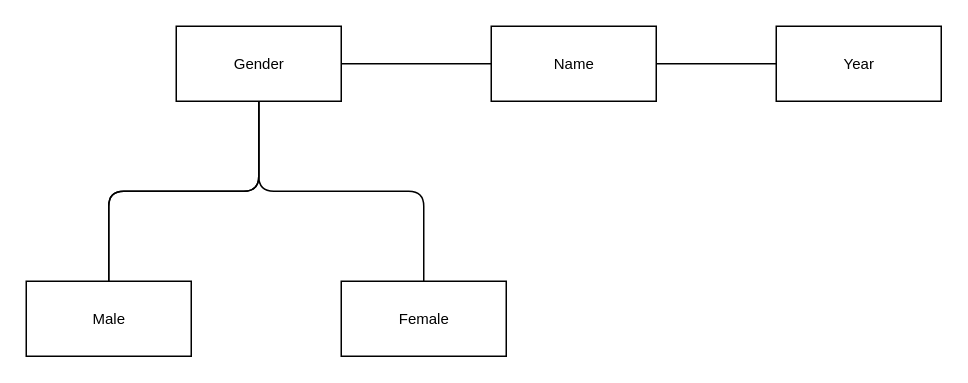
halcyon1968/hello-world keeps this draw.io diagram as Untitled Diagram.drawio. Above is the earlier version. Source tidied: cells renumbered, new cells numbered last; positions are measured from the earlier drawing's top-left corner, leaving out a move shared by most shapes. Both pictures are drawn from the tidied source at 150%, with x=0, y=0 at pixel (26, 26).
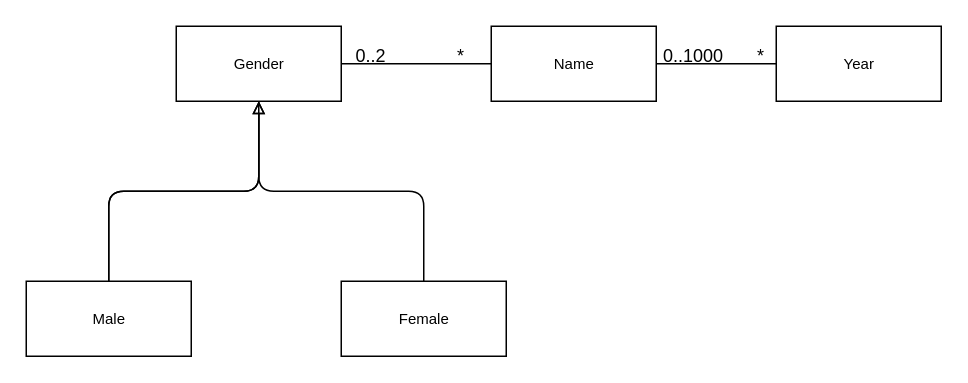
After the change.

What changed in the source:
```diff
@@
 <mxGraphModel>
   <root>
     <mxCell id="0" />
     <mxCell id="1" parent="0" />
     <mxCell id="2" style="edgeStyle=orthogonalEdgeStyle;rounded=1;jettySize=auto;html=1;startArrow=none;startFill=0;startSize=6;endArrow=none;endFill=0;strokeColor=#000000;strokeWidth=1;fontSize=10;" parent="1" edge="1" source="6" target="8">
       <mxGeometry relative="1" as="geometry" />
     </mxCell>
     <mxCell id="3" style="edgeStyle=orthogonalEdgeStyle;rounded=1;jettySize=auto;html=1;startArrow=none;startFill=0;startSize=6;endArrow=none;endFill=0;strokeColor=#000000;strokeWidth=1;fontSize=10;" parent="1" edge="1" source="6" target="10">
       <mxGeometry relative="1" as="geometry" />
     </mxCell>
-    <mxCell id="4" style="edgeStyle=orthogonalEdgeStyle;rounded=1;jettySize=auto;html=1;startArrow=none;startFill=0;startSize=6;endArrow=none;endFill=0;strokeColor=#000000;strokeWidth=1;fontSize=10;" parent="1" edge="1" source="6" target="10">
+    <mxCell id="4" style="edgeStyle=orthogonalEdgeStyle;rounded=1;jettySize=auto;html=1;startArrow=block;startFill=0;startSize=6;endArrow=none;endFill=0;strokeColor=#000000;strokeWidth=1;fontSize=10;" parent="1" edge="1" source="6" target="10">
       <mxGeometry relative="1" as="geometry" />
     </mxCell>
-    <mxCell id="5" style="edgeStyle=orthogonalEdgeStyle;rounded=1;jettySize=auto;html=1;startArrow=none;startFill=0;startSize=6;endArrow=none;endFill=0;strokeColor=#000000;strokeWidth=1;fontSize=10;" parent="1" edge="1" source="6" target="11">
+    <mxCell id="5" style="edgeStyle=orthogonalEdgeStyle;rounded=1;jettySize=auto;html=1;startArrow=block;startFill=0;startSize=6;endArrow=none;endFill=0;strokeColor=#000000;strokeWidth=1;fontSize=10;" parent="1" edge="1" source="6" target="11">
       <mxGeometry relative="1" as="geometry" />
     </mxCell>
     <mxCell id="6" value="Gender" style="html=1;fontSize=10;" parent="1" vertex="1">
       <mxGeometry x="100" width="110" height="50" as="geometry" />
     </mxCell>
     <mxCell id="7" style="edgeStyle=orthogonalEdgeStyle;rounded=1;jettySize=auto;html=1;startArrow=none;startFill=0;startSize=6;endArrow=none;endFill=0;strokeColor=#000000;strokeWidth=1;fontSize=10;" parent="1" edge="1" source="8" target="9">
       <mxGeometry relative="1" as="geometry" />
     </mxCell>
     <mxCell id="8" value="Name" style="html=1;fontSize=10;" parent="1" vertex="1">
       <mxGeometry x="310" width="110" height="50" as="geometry" />
     </mxCell>
     <mxCell id="9" value="Year" style="html=1;fontSize=10;" parent="1" vertex="1">
       <mxGeometry x="500" width="110" height="50" as="geometry" />
     </mxCell>
     <mxCell id="10" value="Male" style="html=1;fontSize=10;" parent="1" vertex="1">
       <mxGeometry y="170" width="110" height="50" as="geometry" />
     </mxCell>
     <mxCell id="11" value="Female" style="html=1;fontSize=10;" parent="1" vertex="1">
       <mxGeometry x="210" y="170" width="110" height="50" as="geometry" />
     </mxCell>
+    <mxCell id="12" value="0..1000" style="text;html=1;strokeColor=none;fillColor=none;align=center;verticalAlign=middle;whiteSpace=wrap;rounded=0;" parent="1" vertex="1">
+      <mxGeometry x="420" y="10" width="50" height="20" as="geometry" />
+    </mxCell>
+    <mxCell id="13" value="*" style="text;html=1;strokeColor=none;fillColor=none;align=center;verticalAlign=middle;whiteSpace=wrap;rounded=0;" parent="1" vertex="1">
+      <mxGeometry x="470" y="10" width="40" height="20" as="geometry" />
+    </mxCell>
+    <mxCell id="14" value="0..2" style="text;html=1;strokeColor=none;fillColor=none;align=center;verticalAlign=middle;whiteSpace=wrap;rounded=0;" parent="1" vertex="1">
+      <mxGeometry x="210" y="10" width="40" height="20" as="geometry" />
+    </mxCell>
+    <mxCell id="15" value="*" style="text;html=1;strokeColor=none;fillColor=none;align=center;verticalAlign=middle;whiteSpace=wrap;rounded=0;" parent="1" vertex="1">
+      <mxGeometry x="270" y="10" width="40" height="20" as="geometry" />
+    </mxCell>
   </root>
 </mxGraphModel>
```
